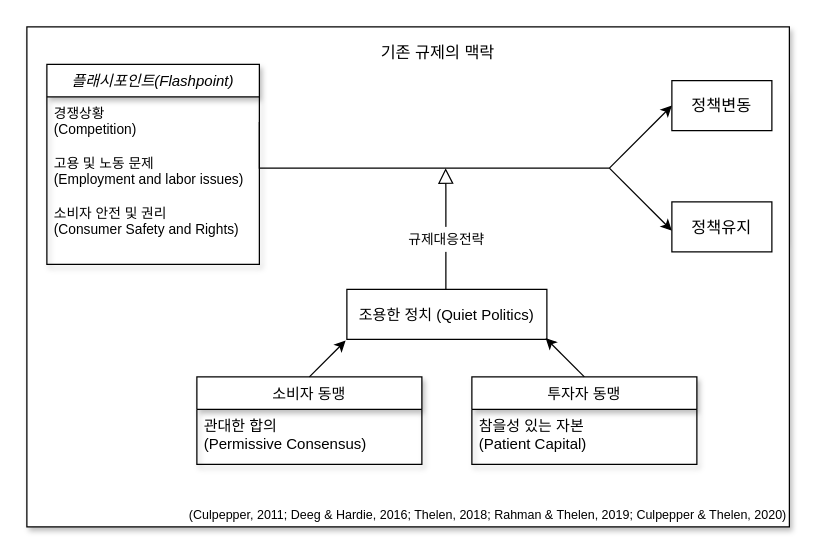
The draw.io diagram Diagram_Class.drawio in kjsang/analysis.coupang, before the edit. Source tidied: cells renumbered, new cells numbered last; positions are measured from the earlier drawing's top-left corner, leaving out a move shared by most shapes. Both pictures are drawn from the tidied source at 125%, with x=0, y=0 at pixel (26, 26).
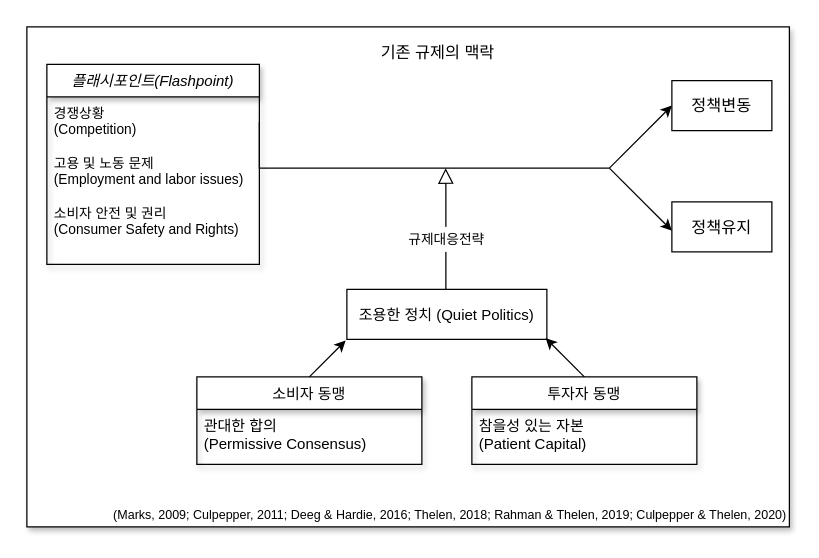
The same diagram, later.

What changed in the source:
```diff
@@
-    <mxCell id="24" value="(Culpepper, 2011; Deeg &amp;amp; Hardie, 2016; Thelen, 2018;&amp;nbsp;Rahman &amp;amp; Thelen, 2019; Culpepper &amp;amp; Thelen, 2020)" style="text;html=1;strokeColor=none;fillColor=none;align=right;verticalAlign=middle;whiteSpace=wrap;rounded=0;fontSize=10;" parent="1" vertex="1">
+    <mxCell id="24" value="(Marks, 2009;&amp;nbsp;Culpepper, 2011; Deeg &amp;amp; Hardie, 2016; Thelen, 2018;&amp;nbsp;Rahman &amp;amp; Thelen, 2019; Culpepper &amp;amp; Thelen, 2020)" style="text;html=1;strokeColor=none;fillColor=none;align=right;verticalAlign=middle;whiteSpace=wrap;rounded=0;fontSize=10;" parent="1" vertex="1">
       <mxGeometry y="380" width="610" height="20" as="geometry" />
     </mxCell>
```
